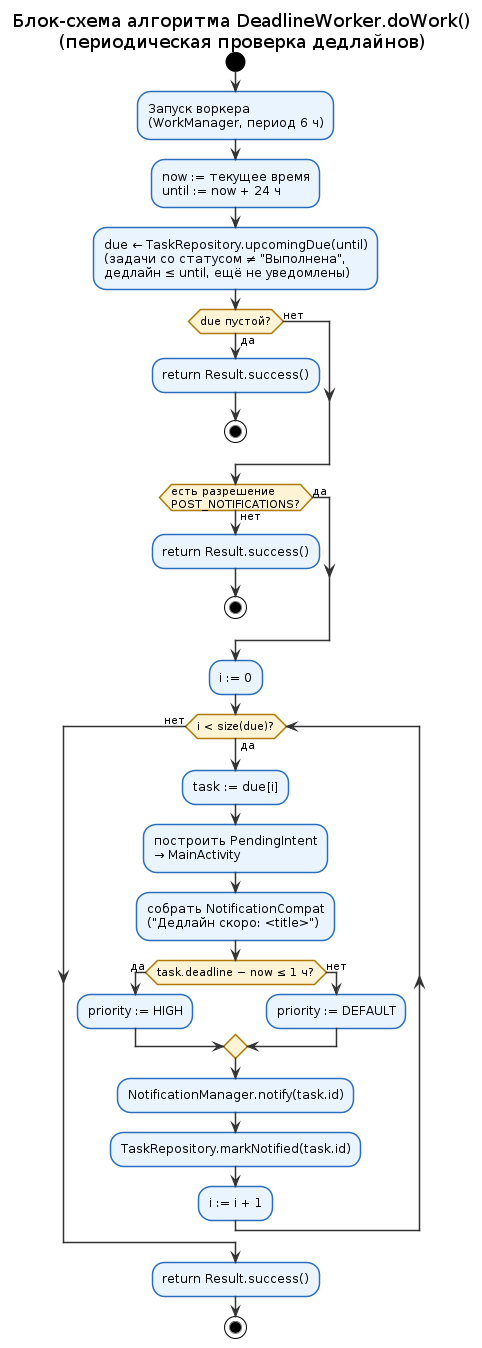
This is docs/Flowchart_DeadlineWorker.png from molodoi1337/TaskTrackerSKB, a PlantUML export, as it was before one commit. Its source is kept beside it as docs/flowchart_deadlineworker.puml.
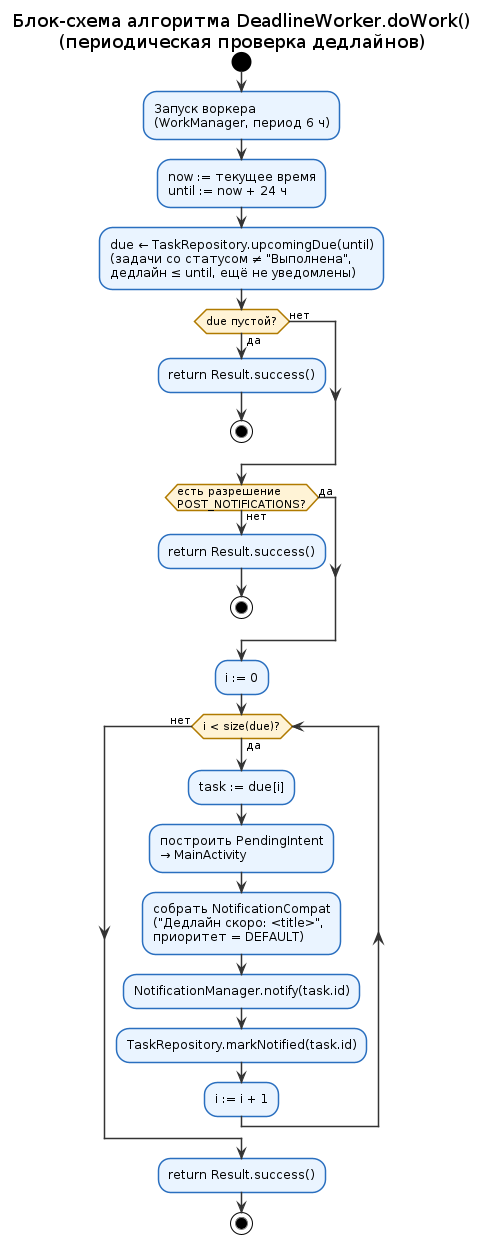
After the commit.

Commit message:
Sync DeadlineWorker flowchart with actual code

Remove HIGH/DEFAULT priority branch from the diagram —
the implementation always uses PRIORITY_DEFAULT.

The edit, as a diff of the source:
```diff
@@ -32,14 +32,7 @@
 while (i < size(due)?) is (да)
   :task := due[i];
   :построить PendingIntent\n→ MainActivity;
-  :собрать NotificationCompat\n("Дедлайн скоро: <title>");
-
-  if (task.deadline − now ≤ 1 ч?) then (да)
-    :priority := HIGH;
-  else (нет)
-    :priority := DEFAULT;
-  endif
-
+  :собрать NotificationCompat\n("Дедлайн скоро: <title>",\nприоритет = DEFAULT);
   :NotificationManager.notify(task.id);
   :TaskRepository.markNotified(task.id);
   :i := i + 1;
```
